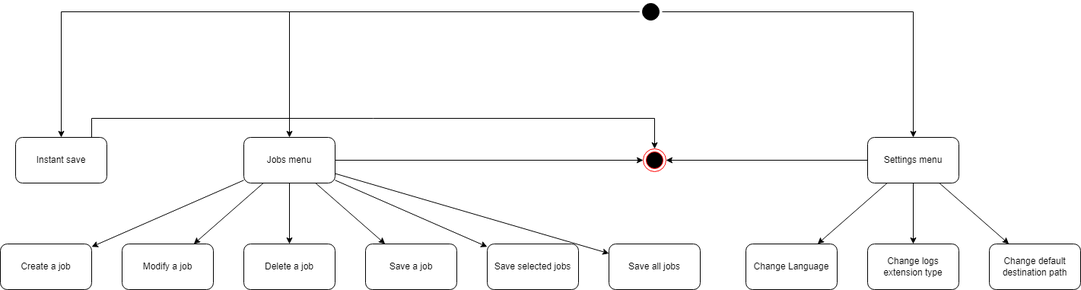
Above: CDC/3.0/activity_diagram_general.png in Atineon/easysave_production (draw.io), before the change. Source tidied: cells renumbered, new cells last; positions are measured from the earlier drawing's top-left corner, leaving out a move shared by most shapes.
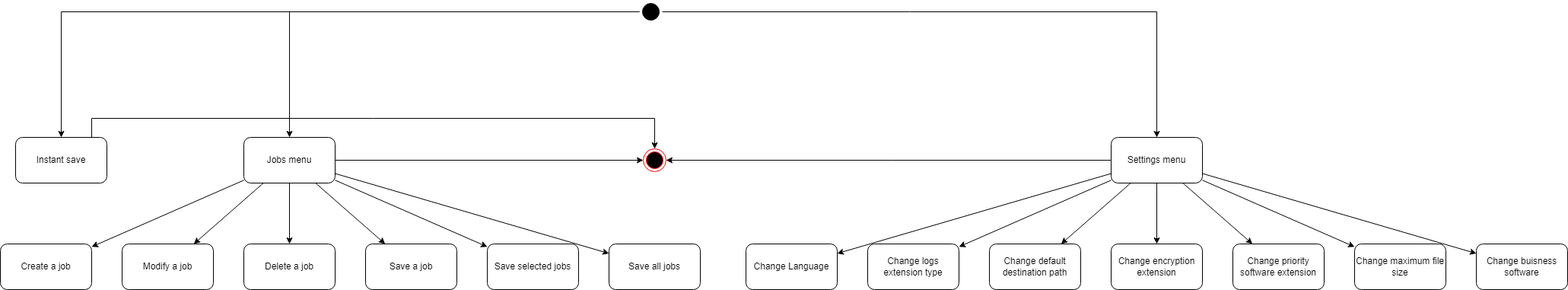
After the change.

Commit message:
fix: activity diagrams

Change to the diagram source:
```diff
@@ -76,8 +76,20 @@
     <mxCell id="24" style="edgeStyle=none;rounded=0;jettySize=auto;html=1;" parent="1" edge="1" source="25" target="28">
       <mxGeometry relative="1" as="geometry" />
     </mxCell>
+    <mxCell id="31" style="rounded=0;jettySize=auto;html=1;" parent="1" edge="1" source="25" target="35">
+      <mxGeometry relative="1" as="geometry" />
+    </mxCell>
+    <mxCell id="32" style="edgeStyle=none;rounded=0;jettySize=auto;html=1;" parent="1" edge="1" source="25" target="36">
+      <mxGeometry relative="1" as="geometry" />
+    </mxCell>
+    <mxCell id="33" style="edgeStyle=none;rounded=0;jettySize=auto;html=1;" parent="1" edge="1" source="25" target="37">
+      <mxGeometry relative="1" as="geometry" />
+    </mxCell>
+    <mxCell id="34" style="edgeStyle=none;rounded=0;jettySize=auto;html=1;" parent="1" edge="1" source="25" target="38">
+      <mxGeometry relative="1" as="geometry" />
+    </mxCell>
     <mxCell id="25" value="Settings menu" style="rounded=1;whiteSpace=wrap;html=1;" parent="1" vertex="1">
-      <mxGeometry x="1140" y="180" width="120" height="60" as="geometry" />
+      <mxGeometry x="1460" y="180" width="120" height="60" as="geometry" />
     </mxCell>
     <mxCell id="26" value="Change Language" style="rounded=1;whiteSpace=wrap;html=1;" parent="1" vertex="1">
       <mxGeometry x="980" y="320" width="120" height="60" as="geometry" />
@@ -99,5 +111,17 @@
     <mxCell id="30" value="Instant save" style="rounded=1;whiteSpace=wrap;html=1;" parent="1" vertex="1">
       <mxGeometry x="20" y="180" width="120" height="60" as="geometry" />
     </mxCell>
+    <mxCell id="35" value="Change encryption extension" style="rounded=1;whiteSpace=wrap;html=1;" parent="1" vertex="1">
+      <mxGeometry x="1460" y="320" width="120" height="60" as="geometry" />
+    </mxCell>
+    <mxCell id="36" value="Change priority software extension" style="rounded=1;whiteSpace=wrap;html=1;" parent="1" vertex="1">
+      <mxGeometry x="1620" y="320" width="120" height="60" as="geometry" />
+    </mxCell>
+    <mxCell id="37" value="Change maximum file size" style="rounded=1;whiteSpace=wrap;html=1;" parent="1" vertex="1">
+      <mxGeometry x="1780" y="320" width="120" height="60" as="geometry" />
+    </mxCell>
+    <mxCell id="38" value="Change buisness software" style="rounded=1;whiteSpace=wrap;html=1;" parent="1" vertex="1">
+      <mxGeometry x="1940" y="320" width="120" height="60" as="geometry" />
+    </mxCell>
   </root>
 </mxGraphModel>
```
